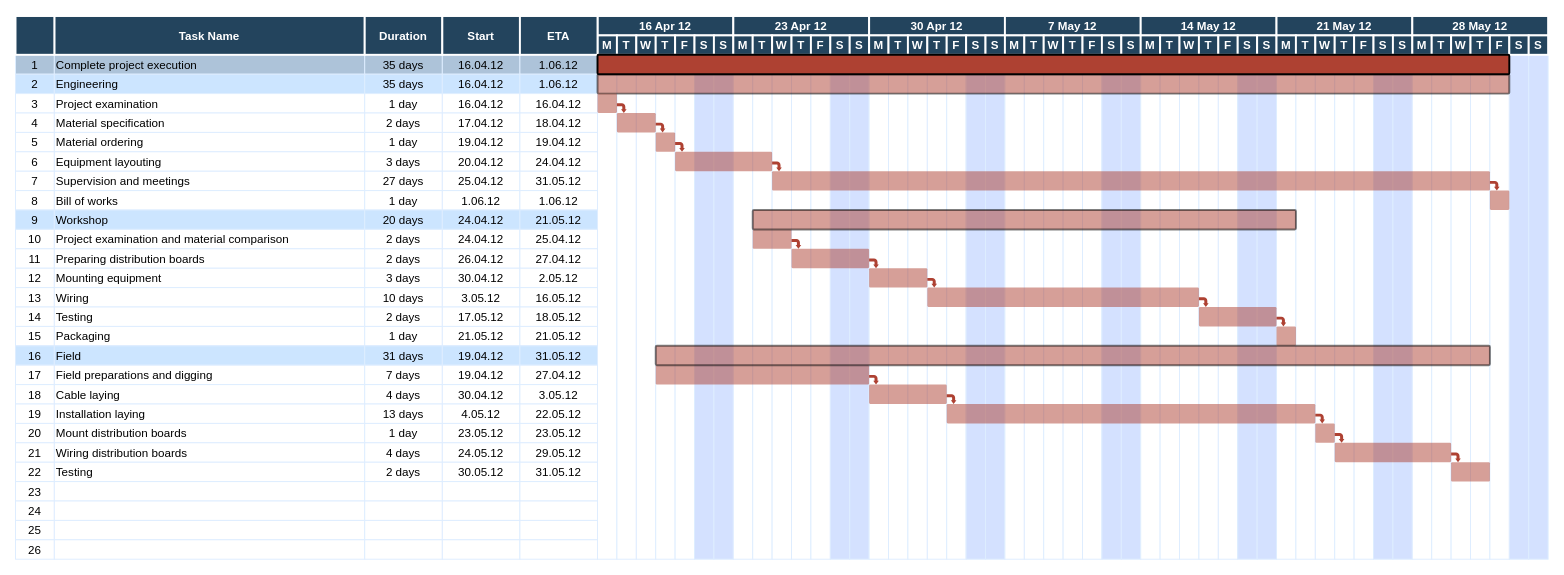
Earlier version of the draw.io diagram 战胜头晕目眩里程碑记录.drawio (yzchaogmail/draw-io). Source tidied: cells renumbered, new cells numbered last; positions are measured from the earlier drawing's top-left corner, leaving out a move shared by most shapes. Both pictures are drawn from the tidied source at 97%, with x=0, y=0 at pixel (15, 16).
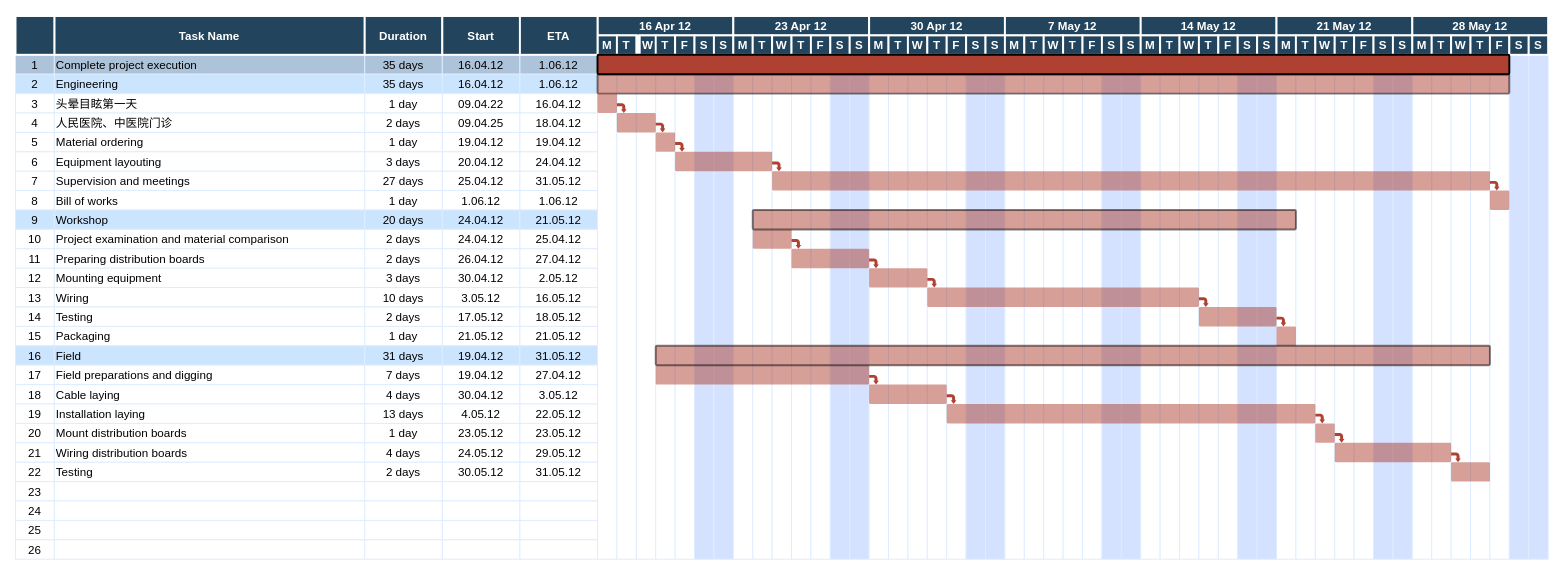
After the change.

Commit message:
Update 战胜头晕目眩里程碑记录.drawio

The edit, as a diff of the source:
```diff
@@
-    <mxCell id="14" value="Project examination" style="align=left;strokeColor=#DEEDFF;" parent="1" vertex="1">
+    <mxCell id="14" value="头晕目眩第一天" style="align=left;strokeColor=#DEEDFF;" parent="1" vertex="1">
       <mxGeometry x="40.5" y="80" width="320" height="20" as="geometry" />
     </mxCell>
@@
-    <mxCell id="16" value="16.04.12" style="strokeColor=#DEEDFF;" parent="1" vertex="1">
+    <mxCell id="16" value="09.04.22" style="strokeColor=#DEEDFF;" parent="1" vertex="1">
       <mxGeometry x="440.5" y="80" width="80" height="20" as="geometry" />
     </mxCell>
@@
-    <mxCell id="19" value="Material specification" style="align=left;strokeColor=#DEEDFF;" parent="1" vertex="1">
+    <mxCell id="19" value="人民医院、中医院门诊" style="align=left;strokeColor=#DEEDFF;" parent="1" vertex="1">
       <mxGeometry x="40.5" y="100" width="320" height="20" as="geometry" />
     </mxCell>
@@
-    <mxCell id="21" value="17.04.12" style="strokeColor=#DEEDFF;" parent="1" vertex="1">
+    <mxCell id="21" value="09.04.25" style="strokeColor=#DEEDFF;" parent="1" vertex="1">
       <mxGeometry x="440.5" y="100" width="80" height="20" as="geometry" />
     </mxCell>
@@
     <mxCell id="186" value="W" style="fillColor=#23445D;strokeColor=#FFFFFF;strokeWidth=2;fontColor=#FFFFFF;fontStyle=1;" parent="1" vertex="1">
-      <mxGeometry x="640.5" y="20" width="20" height="20" as="geometry" />
+      <mxGeometry x="644" y="20" width="17" height="20" as="geometry" />
     </mxCell>
```
